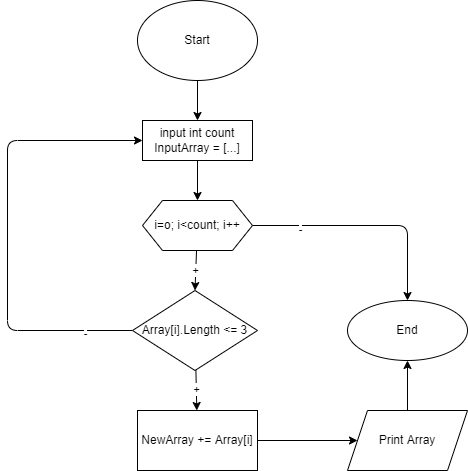
Lena-Da/ControlWork keeps this draw.io diagram as scheme.drawio.png. Above is the earlier version. Source tidied: cells renumbered, new cells last; positions are measured from the earlier drawing's top-left corner, leaving out a move shared by most shapes.
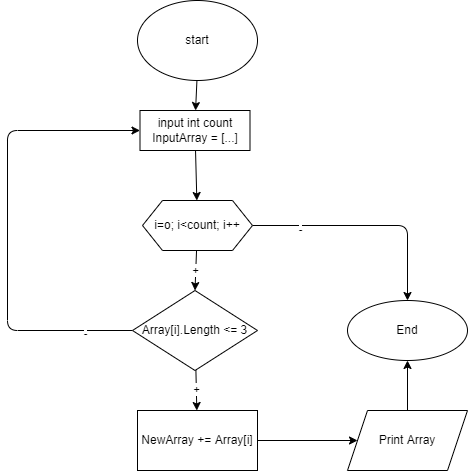
The same file after the commit.

Commit message:
correcting mistakes

What changed in the source:
```diff
@@ -5,14 +5,14 @@
     <mxCell id="2" style="edgeStyle=none;html=1;" parent="1" edge="1" source="3" target="5">
       <mxGeometry relative="1" as="geometry" />
     </mxCell>
-    <mxCell id="3" value="Start" style="ellipse;whiteSpace=wrap;html=1;" parent="1" vertex="1">
+    <mxCell id="3" value="start" style="ellipse;whiteSpace=wrap;html=1;" parent="1" vertex="1">
       <mxGeometry x="130" width="120" height="80" as="geometry" />
     </mxCell>
     <mxCell id="4" style="edgeStyle=none;html=1;" parent="1" edge="1" source="5" target="9">
       <mxGeometry relative="1" as="geometry" />
     </mxCell>
     <mxCell id="5" value="input int count&lt;br&gt;InputArray = [...]" style="rounded=0;whiteSpace=wrap;html=1;" parent="1" vertex="1">
-      <mxGeometry x="135" y="120" width="110" height="40" as="geometry" />
+      <mxGeometry x="132.5" y="110" width="110" height="40" as="geometry" />
     </mxCell>
     <mxCell id="6" value="+" style="edgeStyle=none;html=1;entryX=0.5;entryY=0;entryDx=0;entryDy=0;" parent="1" edge="1" source="9" target="13">
       <mxGeometry relative="1" as="geometry" />
@@ -37,7 +37,7 @@
       <mxGeometry relative="1" as="geometry">
         <Array as="points">
           <mxPoint y="330" />
-          <mxPoint y="140" />
+          <mxPoint y="130" />
         </Array>
       </mxGeometry>
     </mxCell>
```
